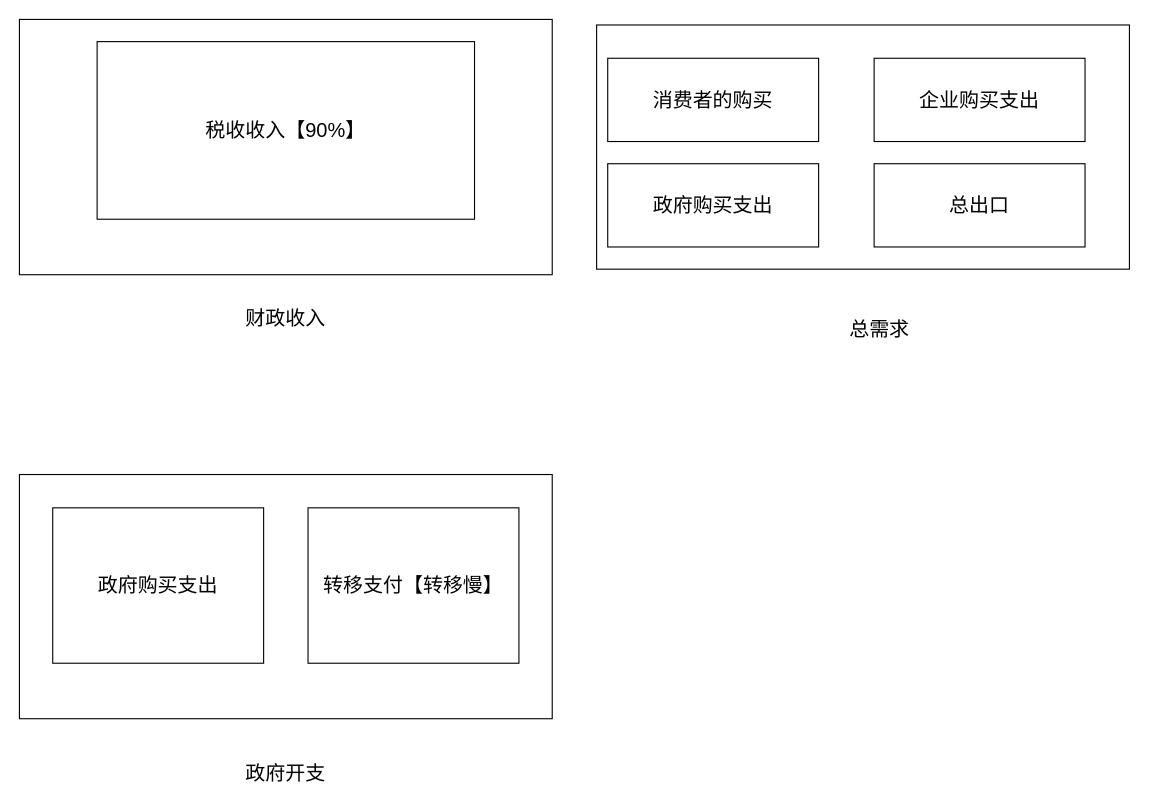
The draw.io diagram page "第十二章：财政，税收与财政政策" (5 of 10) of 读书笔记/人人都爱经济学.drawio in StephenWu5/blogManuscripts, before the edit. Source tidied: cells renumbered, new cells numbered last; positions are measured from the earlier drawing's top-left corner, leaving out a move shared by most shapes. Both pictures are drawn from the tidied source at 111%, with x=0, y=0 at pixel (19, 19).
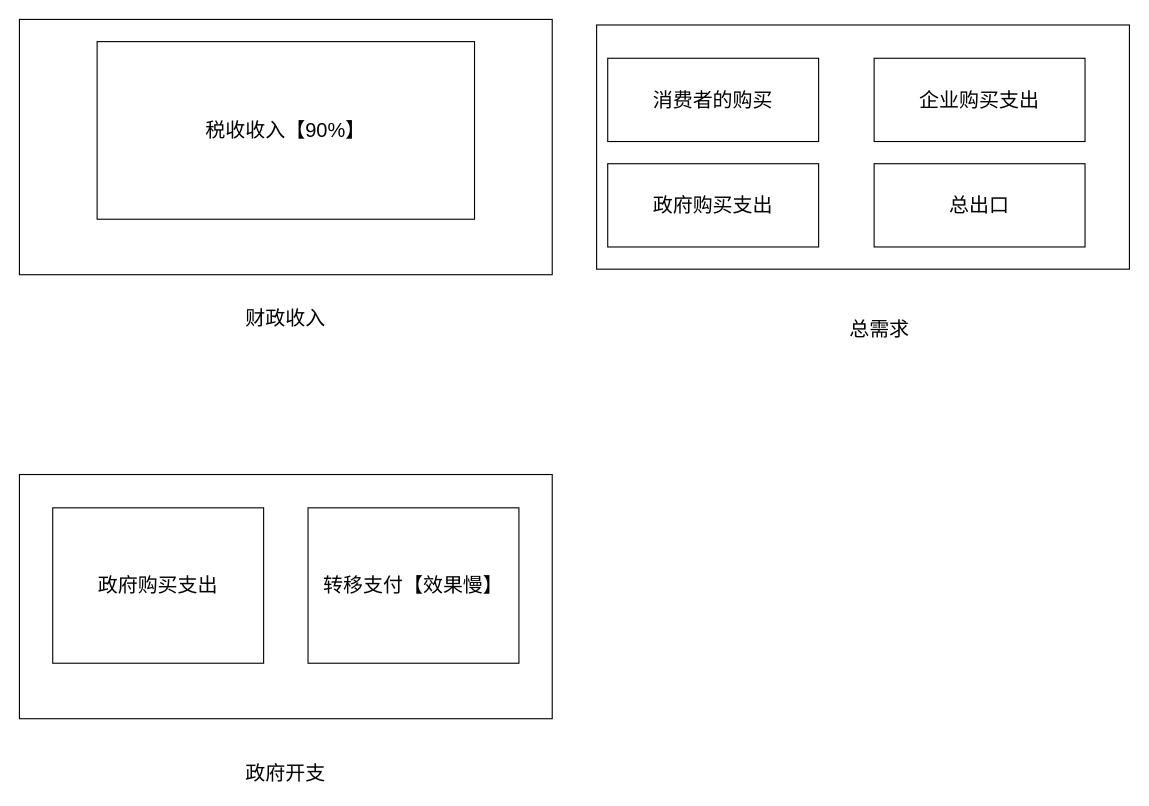
After the change.

Diff of the diagram source:
```diff
@@
 <mxGraphModel>
   <root>
     <mxCell id="0" />
     <mxCell id="1" parent="0" />
     <mxCell id="2" style="rounded=0;whiteSpace=wrap;html=1;fillColor=none;" parent="1" vertex="1">
       <mxGeometry width="480" height="230" as="geometry" />
     </mxCell>
     <mxCell id="3" value="&lt;span style=&quot;font-size: 18px&quot;&gt;税收收入【90%】&lt;br&gt;&lt;/span&gt;" style="rounded=0;whiteSpace=wrap;html=1;fillColor=none;" parent="1" vertex="1">
       <mxGeometry x="70" y="20" width="340" height="160" as="geometry" />
     </mxCell>
     <mxCell id="4" style="rounded=0;whiteSpace=wrap;html=1;fillColor=none;" parent="1" vertex="1">
       <mxGeometry y="410" width="480" height="220" as="geometry" />
     </mxCell>
     <mxCell id="5" value="&lt;span style=&quot;font-size: 18px&quot;&gt;政府开支&lt;br&gt;&lt;/span&gt;" style="text;html=1;strokeColor=none;fillColor=none;align=center;verticalAlign=middle;whiteSpace=wrap;rounded=0;" parent="1" vertex="1">
       <mxGeometry x="145" y="670" width="190" height="20" as="geometry" />
     </mxCell>
     <mxCell id="6" value="&lt;span style=&quot;font-size: 18px&quot;&gt;政府购买支出&lt;br&gt;&lt;/span&gt;" style="rounded=0;whiteSpace=wrap;html=1;fillColor=none;" parent="1" vertex="1">
       <mxGeometry x="30" y="440" width="190" height="140" as="geometry" />
     </mxCell>
-    <mxCell id="7" value="&lt;span style=&quot;font-size: 18px&quot;&gt;转移支付【转移慢】&lt;br&gt;&lt;/span&gt;" style="rounded=0;whiteSpace=wrap;html=1;fillColor=none;" parent="1" vertex="1">
+    <mxCell id="7" value="&lt;span style=&quot;font-size: 18px&quot;&gt;转移支付【效果慢】&lt;br&gt;&lt;/span&gt;" style="rounded=0;whiteSpace=wrap;html=1;fillColor=none;" parent="1" vertex="1">
       <mxGeometry x="260" y="440" width="190" height="140" as="geometry" />
     </mxCell>
     <mxCell id="8" value="&lt;span style=&quot;font-size: 18px&quot;&gt;财政收入&lt;br&gt;&lt;/span&gt;" style="text;html=1;strokeColor=none;fillColor=none;align=center;verticalAlign=middle;whiteSpace=wrap;rounded=0;" parent="1" vertex="1">
       <mxGeometry x="145" y="260" width="190" height="20" as="geometry" />
     </mxCell>
     <mxCell id="9" style="rounded=0;whiteSpace=wrap;html=1;fillColor=none;" parent="1" vertex="1">
       <mxGeometry x="520" y="5" width="480" height="220" as="geometry" />
     </mxCell>
     <mxCell id="10" value="&lt;span style=&quot;font-size: 18px&quot;&gt;消费者的购买&lt;br&gt;&lt;/span&gt;" style="rounded=0;whiteSpace=wrap;html=1;fillColor=none;" parent="1" vertex="1">
       <mxGeometry x="530" y="35" width="190" height="75" as="geometry" />
     </mxCell>
     <mxCell id="11" value="&lt;span style=&quot;font-size: 18px&quot;&gt;总需求&lt;br&gt;&lt;/span&gt;" style="text;html=1;strokeColor=none;fillColor=none;align=center;verticalAlign=middle;whiteSpace=wrap;rounded=0;" parent="1" vertex="1">
       <mxGeometry x="680" y="270" width="190" height="20" as="geometry" />
     </mxCell>
     <mxCell id="12" value="&lt;span style=&quot;font-size: 18px&quot;&gt;政府购买支出&lt;br&gt;&lt;/span&gt;" style="rounded=0;whiteSpace=wrap;html=1;fillColor=none;" parent="1" vertex="1">
       <mxGeometry x="530" y="130" width="190" height="75" as="geometry" />
     </mxCell>
     <mxCell id="13" value="&lt;span style=&quot;font-size: 18px&quot;&gt;总出口&lt;br&gt;&lt;/span&gt;" style="rounded=0;whiteSpace=wrap;html=1;fillColor=none;" parent="1" vertex="1">
       <mxGeometry x="770" y="130" width="190" height="75" as="geometry" />
     </mxCell>
     <mxCell id="14" value="&lt;span style=&quot;font-size: 18px&quot;&gt;企业购买支出&lt;br&gt;&lt;/span&gt;" style="rounded=0;whiteSpace=wrap;html=1;fillColor=none;" parent="1" vertex="1">
       <mxGeometry x="770" y="35" width="190" height="75" as="geometry" />
     </mxCell>
   </root>
 </mxGraphModel>
```
